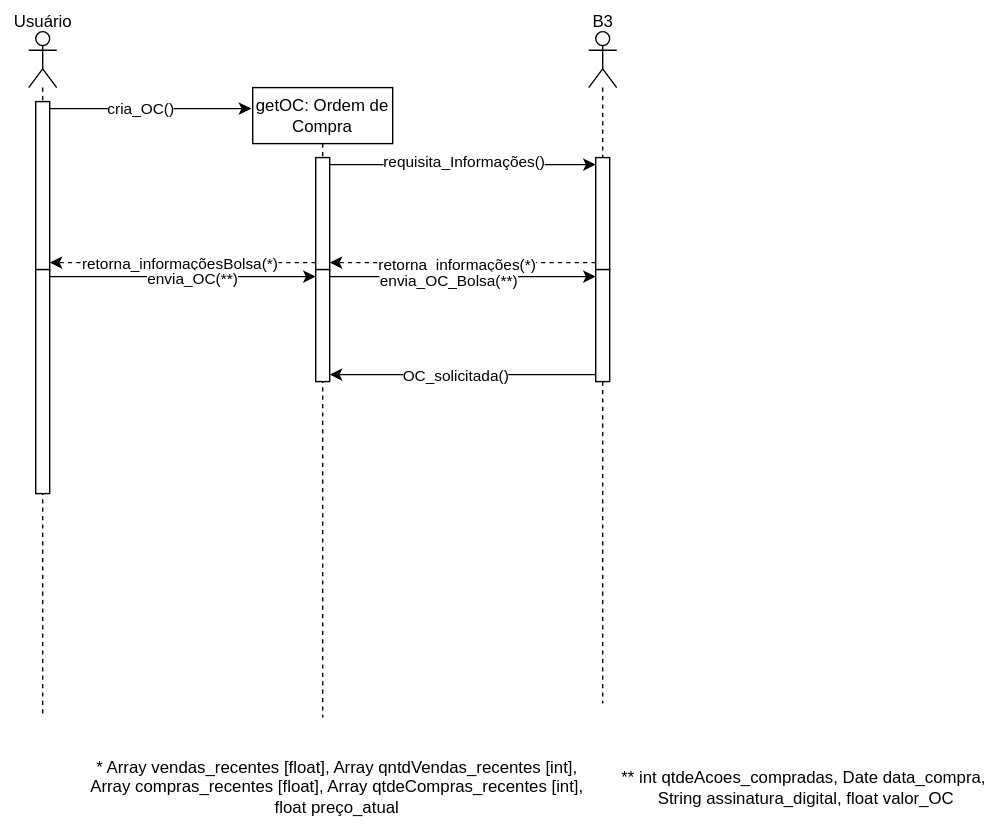
JesCat16/Projeto01_Modelagem_De_Software keeps this draw.io diagram as Diagrama 4.drawio.svg. Above is the earlier version. Source tidied: cells renumbered, new cells last; positions are measured from the earlier drawing's top-left corner, leaving out a move shared by most shapes.
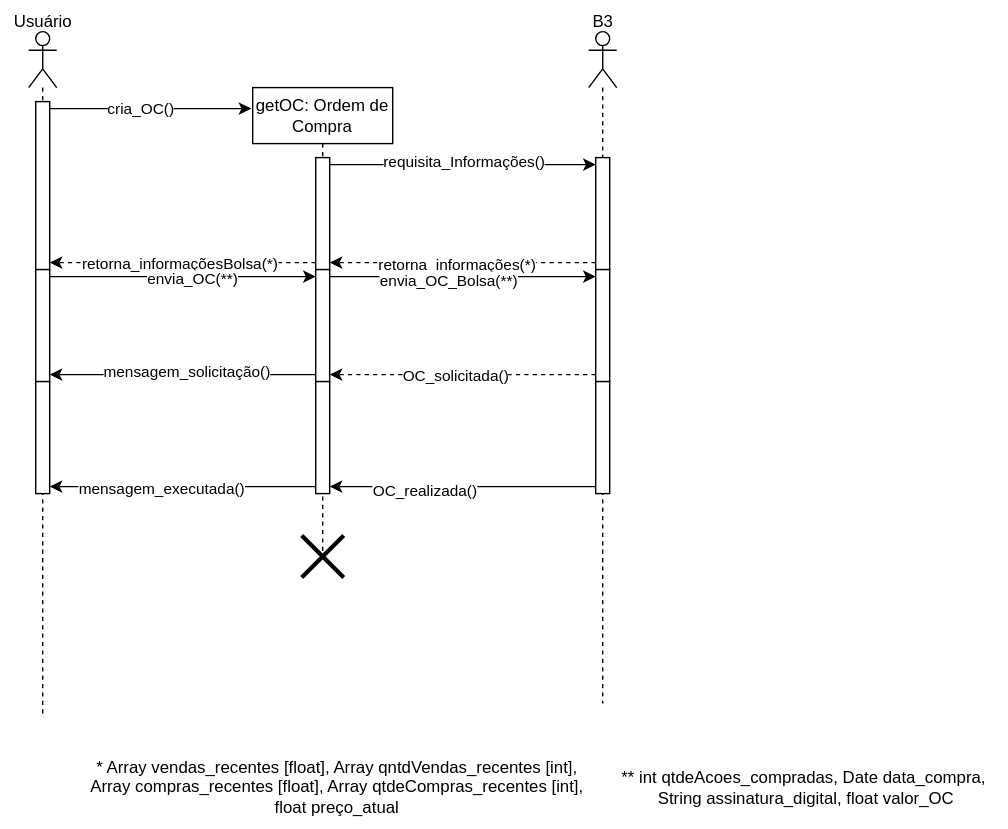
Later version of the same file.

The edit, as a diff of the source:
```diff
@@ -9,13 +9,16 @@
       <mxGeometry x="5" y="50" width="10" height="120" as="geometry" />
     </mxCell>
     <mxCell id="4" style="html=1;points=[[0,0,0,0,5],[0,1,0,0,-5],[1,0,0,0,5],[1,1,0,0,-5]];perimeter=orthogonalPerimeter;outlineConnect=0;targetShapes=umlLifeline;portConstraint=eastwest;newEdgeStyle={&quot;curved&quot;:0,&quot;rounded&quot;:0};" parent="2" vertex="1">
-      <mxGeometry x="5" y="170" width="10" height="160" as="geometry" />
+      <mxGeometry x="5" y="170" width="10" height="80" as="geometry" />
     </mxCell>
+    <mxCell id="29" style="html=1;points=[[0,0,0,0,5],[0,1,0,0,-5],[1,0,0,0,5],[1,1,0,0,-5]];perimeter=orthogonalPerimeter;outlineConnect=0;targetShapes=umlLifeline;portConstraint=eastwest;newEdgeStyle={&quot;curved&quot;:0,&quot;rounded&quot;:0};" parent="2" vertex="1">
+      <mxGeometry x="5" y="250" width="10" height="80" as="geometry" />
+    </mxCell>
     <mxCell id="5" value="Usuário" style="text;html=1;align=center;verticalAlign=middle;strokeColor=none;fillColor=none;" parent="1" vertex="1">
       <mxGeometry width="60" height="30" as="geometry" />
     </mxCell>
     <mxCell id="6" value="getOC: Ordem de Compra" style="shape=umlLifeline;perimeter=lifelinePerimeter;whiteSpace=wrap;html=1;newEdgeStyle={&quot;curved&quot;:0,&quot;rounded&quot;:0};" parent="1" vertex="1">
-      <mxGeometry x="180" y="62" width="100" height="450" as="geometry" />
+      <mxGeometry x="180" y="62" width="100" height="340" as="geometry" />
     </mxCell>
     <mxCell id="7" style="html=1;points=[[0,0,0,0,5],[0,1,0,0,-5],[1,0,0,0,5],[1,1,0,0,-5]];perimeter=orthogonalPerimeter;outlineConnect=0;targetShapes=umlLifeline;portConstraint=eastwest;newEdgeStyle={&quot;curved&quot;:0,&quot;rounded&quot;:0};" parent="6" vertex="1">
       <mxGeometry x="45" y="50" width="10" height="80" as="geometry" />
@@ -23,6 +26,12 @@
     <mxCell id="8" style="html=1;points=[[0,0,0,0,5],[0,1,0,0,-5],[1,0,0,0,5],[1,1,0,0,-5]];perimeter=orthogonalPerimeter;outlineConnect=0;targetShapes=umlLifeline;portConstraint=eastwest;newEdgeStyle={&quot;curved&quot;:0,&quot;rounded&quot;:0};" parent="6" vertex="1">
       <mxGeometry x="45" y="130" width="10" height="80" as="geometry" />
     </mxCell>
+    <mxCell id="30" style="html=1;points=[[0,0,0,0,5],[0,1,0,0,-5],[1,0,0,0,5],[1,1,0,0,-5]];perimeter=orthogonalPerimeter;outlineConnect=0;targetShapes=umlLifeline;portConstraint=eastwest;newEdgeStyle={&quot;curved&quot;:0,&quot;rounded&quot;:0};" parent="6" vertex="1">
+      <mxGeometry x="45" y="210" width="10" height="80" as="geometry" />
+    </mxCell>
+    <mxCell id="31" style="shape=umlDestroy;whiteSpace=wrap;html=1;strokeWidth=3;targetShapes=umlLifeline;" parent="6" vertex="1">
+      <mxGeometry x="35" y="320" width="30" height="30" as="geometry" />
+    </mxCell>
     <mxCell id="9" style="shape=umlLifeline;perimeter=lifelinePerimeter;whiteSpace=wrap;html=1;newEdgeStyle={&quot;curved&quot;:0,&quot;rounded&quot;:0};participant=umlActor;" parent="1" vertex="1">
       <mxGeometry x="420" y="22" width="20" height="480" as="geometry" />
     </mxCell>
@@ -32,6 +41,9 @@
     <mxCell id="11" style="html=1;points=[[0,0,0,0,5],[0,1,0,0,-5],[1,0,0,0,5],[1,1,0,0,-5]];perimeter=orthogonalPerimeter;outlineConnect=0;targetShapes=umlLifeline;portConstraint=eastwest;newEdgeStyle={&quot;curved&quot;:0,&quot;rounded&quot;:0};" parent="9" vertex="1">
       <mxGeometry x="5" y="170" width="10" height="80" as="geometry" />
     </mxCell>
+    <mxCell id="32" style="html=1;points=[[0,0,0,0,5],[0,1,0,0,-5],[1,0,0,0,5],[1,1,0,0,-5]];perimeter=orthogonalPerimeter;outlineConnect=0;targetShapes=umlLifeline;portConstraint=eastwest;newEdgeStyle={&quot;curved&quot;:0,&quot;rounded&quot;:0};" parent="9" vertex="1">
+      <mxGeometry x="5" y="250" width="10" height="80" as="geometry" />
+    </mxCell>
     <mxCell id="12" value="B3" style="text;html=1;align=center;verticalAlign=middle;strokeColor=none;fillColor=none;" parent="1" vertex="1">
       <mxGeometry x="410" width="40" height="30" as="geometry" />
     </mxCell>
@@ -79,11 +91,29 @@
     <mxCell id="26" value="envia_OC_Bolsa(**)" style="edgeLabel;html=1;align=center;verticalAlign=middle;" parent="25" vertex="1">
       <mxGeometry x="-0.11" y="-3" relative="1" as="geometry" />
     </mxCell>
-    <mxCell id="27" style="edgeStyle=orthogonalEdgeStyle;rounded=0;jettySize=auto;html=1;curved=0;exitX=0;exitY=1;exitDx=0;exitDy=-5;exitPerimeter=0;entryX=1;entryY=1;entryDx=0;entryDy=-5;entryPerimeter=0;" parent="1" edge="1" source="11" target="8">
+    <mxCell id="27" style="edgeStyle=orthogonalEdgeStyle;rounded=0;jettySize=auto;html=1;curved=0;exitX=0;exitY=1;exitDx=0;exitDy=-5;exitPerimeter=0;entryX=1;entryY=1;entryDx=0;entryDy=-5;entryPerimeter=0;dashed=1;" parent="1" edge="1" source="11" target="8">
       <mxGeometry relative="1" as="geometry" />
     </mxCell>
     <mxCell id="28" value="OC_solicitada()" style="edgeLabel;html=1;align=center;verticalAlign=middle;" parent="27" vertex="1">
       <mxGeometry x="0.05" y="1" relative="1" as="geometry" />
     </mxCell>
+    <mxCell id="33" style="edgeStyle=orthogonalEdgeStyle;rounded=0;jettySize=auto;html=1;curved=0;exitX=0;exitY=1;exitDx=0;exitDy=-5;exitPerimeter=0;entryX=1;entryY=1;entryDx=0;entryDy=-5;entryPerimeter=0;" parent="1" edge="1" source="8" target="4">
+      <mxGeometry relative="1" as="geometry" />
+    </mxCell>
+    <mxCell id="34" value="mensagem_solicitação()" style="edgeLabel;html=1;align=center;verticalAlign=middle;" parent="33" vertex="1">
+      <mxGeometry x="-0.02" y="-2" relative="1" as="geometry" />
+    </mxCell>
+    <mxCell id="35" style="edgeStyle=orthogonalEdgeStyle;rounded=0;jettySize=auto;html=1;curved=0;exitX=0;exitY=1;exitDx=0;exitDy=-5;exitPerimeter=0;entryX=1;entryY=1;entryDx=0;entryDy=-5;entryPerimeter=0;" parent="1" edge="1" source="32" target="30">
+      <mxGeometry relative="1" as="geometry" />
+    </mxCell>
+    <mxCell id="36" value="OC_realizada()" style="edgeLabel;html=1;align=center;verticalAlign=middle;" parent="35" vertex="1">
+      <mxGeometry x="0.29" y="3" relative="1" as="geometry" />
+    </mxCell>
+    <mxCell id="37" style="edgeStyle=orthogonalEdgeStyle;rounded=0;jettySize=auto;html=1;curved=0;exitX=0;exitY=1;exitDx=0;exitDy=-5;exitPerimeter=0;entryX=1;entryY=1;entryDx=0;entryDy=-5;entryPerimeter=0;" parent="1" edge="1" source="30" target="29">
+      <mxGeometry relative="1" as="geometry" />
+    </mxCell>
+    <mxCell id="38" value="mensagem_executada()" style="edgeLabel;html=1;align=center;verticalAlign=middle;" parent="37" vertex="1">
+      <mxGeometry x="0.16" y="2" relative="1" as="geometry" />
+    </mxCell>
   </root>
 </mxGraphModel>
```
